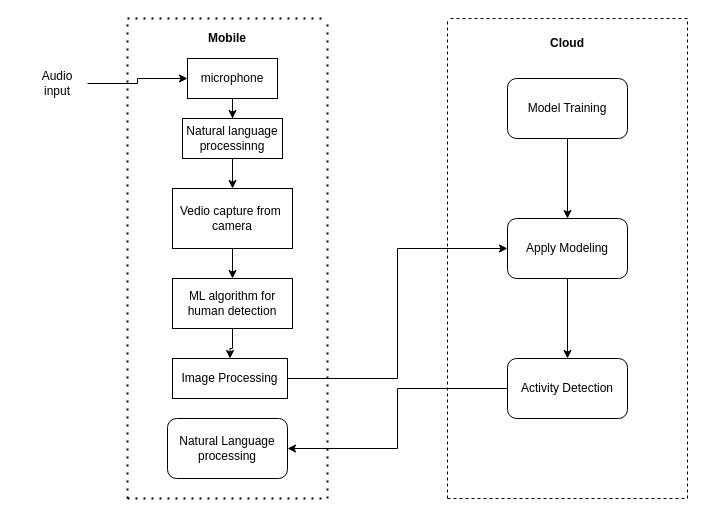
The draw.io diagram correctedVersion.drawio in ahmad2001hotmailyahoo/ahmad-arc, before the edit. Source tidied: cells renumbered, new cells numbered last; positions are measured from the earlier drawing's top-left corner, leaving out a move shared by most shapes. Both pictures are drawn from the tidied source at 100%, with x=0, y=0 at pixel (27, 18).
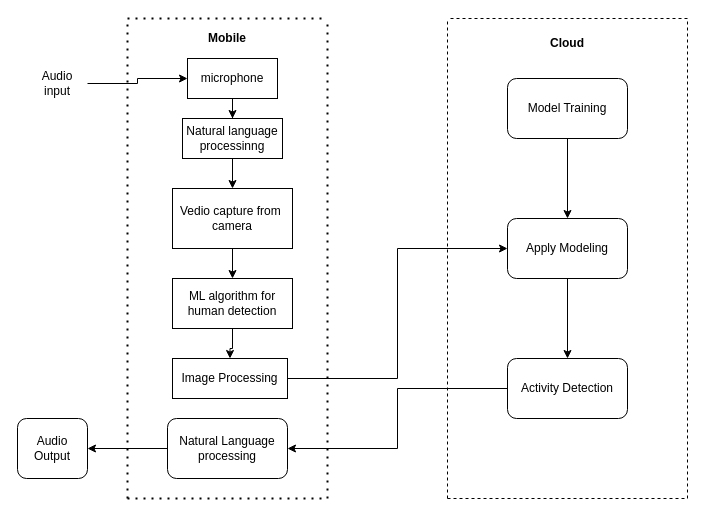
After the change.

Unchanged cells that the change refers to:
```xml
<mxCell id="30" value="Natural Language processing" style="whiteSpace=wrap;html=1;rounded=1;" parent="1" vertex="1">
  <mxGeometry x="140" y="400" width="120" height="60" as="geometry" />
</mxCell>
```

Change to the diagram source:
```diff
@@
+    <mxCell id="31" style="edgeStyle=orthogonalEdgeStyle;rounded=0;jettySize=auto;html=1;" parent="1" edge="1" source="30" target="32">
+      <mxGeometry relative="1" as="geometry" />
+    </mxCell>
@@
+    <mxCell id="32" value="Audio Output" style="whiteSpace=wrap;html=1;rounded=1;" parent="1" vertex="1">
+      <mxGeometry x="-10" y="400" width="70" height="60" as="geometry" />
+    </mxCell>
```
